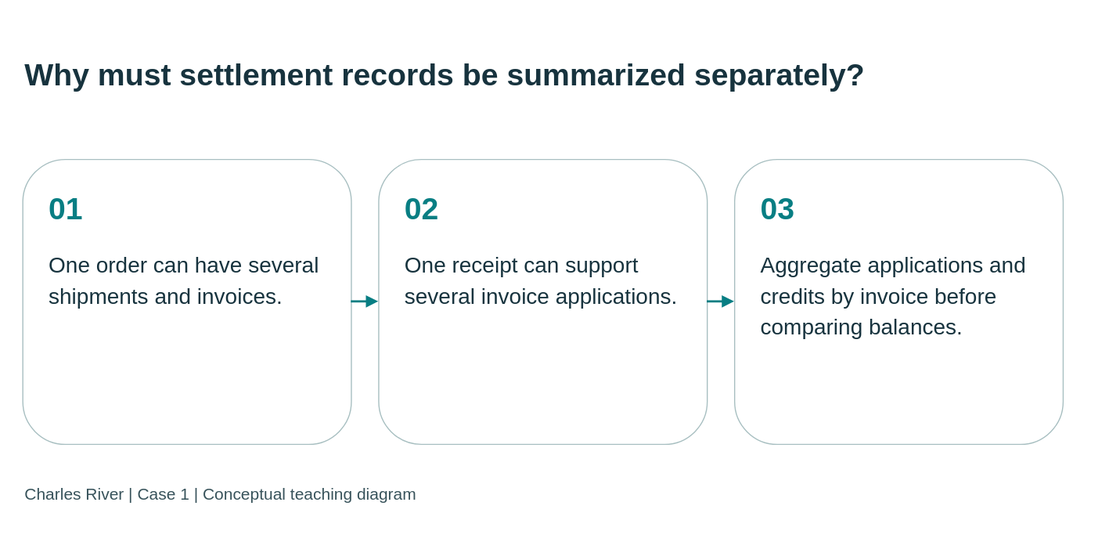
Before: static/diagrams/cases/case01-relationships.svg, a diagram exported from draw.io (mmcodesso/CharlesRiver_Database). Source tidied: cells renumbered, new cells last; positions are measured from the earlier drawing's top-left corner, leaving out a move shared by most shapes. The source it was exported from:
```xml
<mxGraphModel background="#f5f5ee">
  <root>
    <mxCell id="0" />
    <mxCell id="1" parent="0" />
    <mxCell id="2" value="Why must settlement records be summarized separately?" style="text;html=0;strokeColor=none;fillColor=none;align=left;verticalAlign=middle;whiteSpace=wrap;fontSize=28;fontStyle=1;fontColor=#17333e;fontFamily=Arial;" parent="1" vertex="1">
      <mxGeometry width="950" height="95" as="geometry" />
    </mxCell>
    <mxCell id="3" value="&lt;div style=&quot;font-size:28px;color:#087e83;font-weight:bold;margin-bottom:20px&quot;&gt;01&lt;/div&gt;&lt;div style=&quot;font-size:20px;line-height:1.4&quot;&gt;One order can have several shipments and invoices.&lt;/div&gt;" style="rounded=1;whiteSpace=wrap;html=1;fillColor=#ffffff;strokeColor=#a8bfc1;fontColor=#17333e;align=left;verticalAlign=top;spacing=24;fontFamily=Arial;fontSize=20;" parent="1" vertex="1">
      <mxGeometry y="125" width="300" height="260" as="geometry" />
    </mxCell>
    <mxCell id="4" value="&lt;div style=&quot;font-size:28px;color:#087e83;font-weight:bold;margin-bottom:20px&quot;&gt;02&lt;/div&gt;&lt;div style=&quot;font-size:20px;line-height:1.4&quot;&gt;One receipt can support several invoice applications.&lt;/div&gt;" style="rounded=1;whiteSpace=wrap;html=1;fillColor=#ffffff;strokeColor=#a8bfc1;fontColor=#17333e;align=left;verticalAlign=top;spacing=24;fontFamily=Arial;fontSize=20;" parent="1" vertex="1">
      <mxGeometry x="325" y="125" width="300" height="260" as="geometry" />
    </mxCell>
    <mxCell id="5" value="&lt;div style=&quot;font-size:28px;color:#087e83;font-weight:bold;margin-bottom:20px&quot;&gt;03&lt;/div&gt;&lt;div style=&quot;font-size:20px;line-height:1.4&quot;&gt;Aggregate applications and credits by invoice before comparing balances.&lt;/div&gt;" style="rounded=1;whiteSpace=wrap;html=1;fillColor=#ffffff;strokeColor=#a8bfc1;fontColor=#17333e;align=left;verticalAlign=top;spacing=24;fontFamily=Arial;fontSize=20;" parent="1" vertex="1">
      <mxGeometry x="650" y="125" width="300" height="260" as="geometry" />
    </mxCell>
    <mxCell id="6" style="edgeStyle=orthogonalEdgeStyle;rounded=0;html=1;endArrow=block;endFill=1;strokeColor=#087e83;strokeWidth=2;" parent="1" edge="1" source="3" target="4">
      <mxGeometry relative="1" as="geometry" />
    </mxCell>
    <mxCell id="7" style="edgeStyle=orthogonalEdgeStyle;rounded=0;html=1;endArrow=block;endFill=1;strokeColor=#087e83;strokeWidth=2;" parent="1" edge="1" source="4" target="5">
      <mxGeometry relative="1" as="geometry" />
    </mxCell>
    <mxCell id="8" value="Charles River | Case 1 | Conceptual teaching diagram" style="text;html=0;strokeColor=none;fillColor=none;align=left;fontSize=15;fontColor=#38535b;fontFamily=Arial;" parent="1" vertex="1">
      <mxGeometry y="415" width="950" height="35" as="geometry" />
    </mxCell>
  </root>
</mxGraphModel>
```
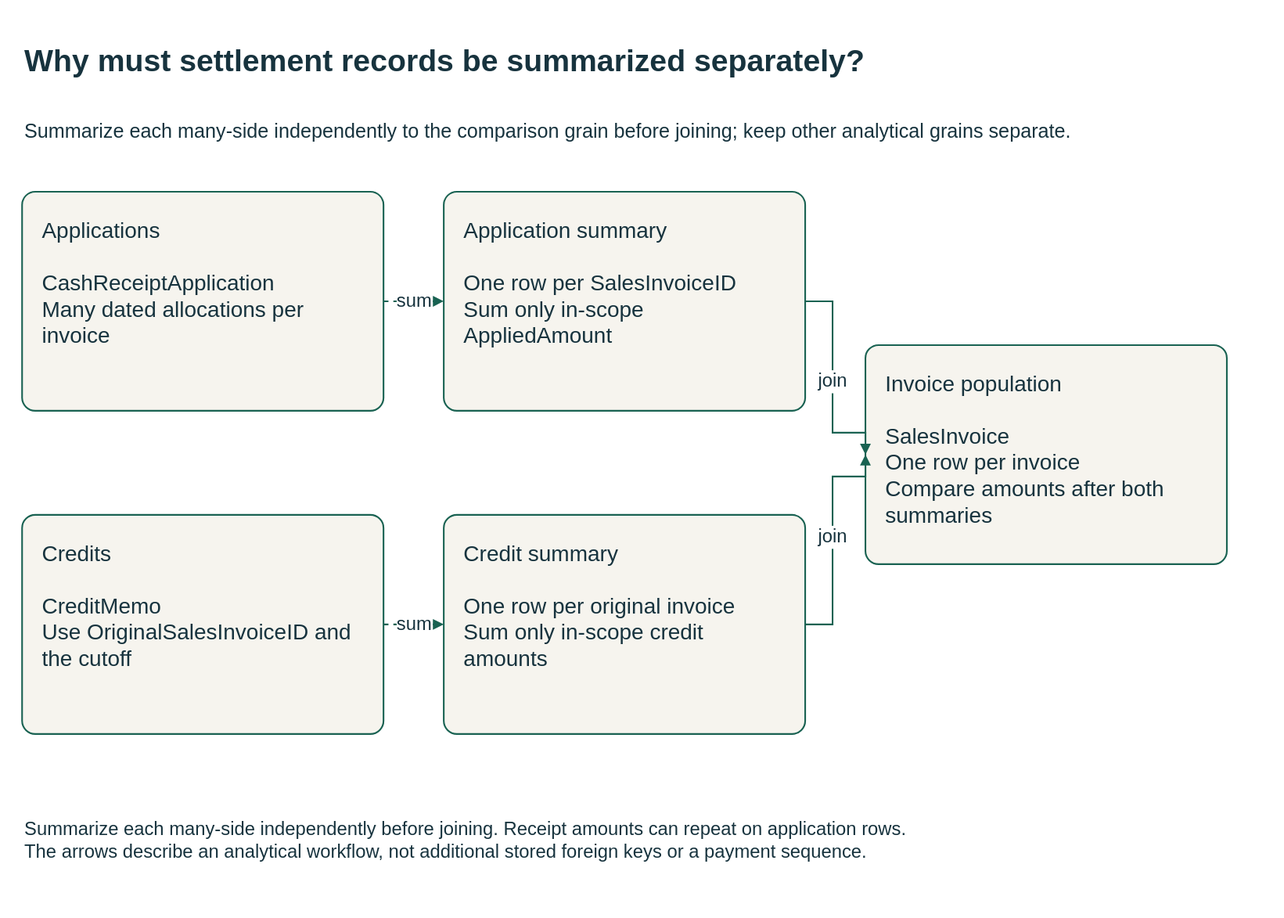
The same file after the commit.

Change to the diagram source:
```diff
@@ -1,27 +1,52 @@
-<mxGraphModel background="#f5f5ee">
+<mxGraphModel background="#FFFFFF">
   <root>
     <mxCell id="0" />
     <mxCell id="1" parent="0" />
-    <mxCell id="2" value="Why must settlement records be summarized separately?" style="text;html=0;strokeColor=none;fillColor=none;align=left;verticalAlign=middle;whiteSpace=wrap;fontSize=28;fontStyle=1;fontColor=#17333e;fontFamily=Arial;" parent="1" vertex="1">
-      <mxGeometry width="950" height="95" as="geometry" />
+    <mxCell id="2" value="Why must settlement records be summarized separately?" style="html=0;fontFamily=Arial;fontSize=20;fontColor=#17333e;strokeColor=#196252;strokeWidth=1.5;whiteSpace=wrap;text;strokeColor=none;fillColor=none;align=left;verticalAlign=middle;fontSize=28;fontStyle=1;" parent="1" vertex="1">
+      <mxGeometry y="-10" width="1110" height="70" as="geometry" />
     </mxCell>
+    <mxCell id="9" value="Summarize each many-side independently to the comparison grain before joining; keep other analytical grains separate." style="html=0;fontFamily=Arial;fontSize=20;fontColor=#17333e;strokeColor=#196252;strokeWidth=1.5;whiteSpace=wrap;text;strokeColor=none;fillColor=none;align=left;verticalAlign=middle;fontSize=18;fontStyle=0;" parent="1" vertex="1">
+      <mxGeometry y="62" width="1110" height="55" as="geometry" />
+    </mxCell>
-    <mxCell id="3" value="&lt;div style=&quot;font-size:28px;color:#087e83;font-weight:bold;margin-bottom:20px&quot;&gt;01&lt;/div&gt;&lt;div style=&quot;font-size:20px;line-height:1.4&quot;&gt;One order can have several shipments and invoices.&lt;/div&gt;" style="rounded=1;whiteSpace=wrap;html=1;fillColor=#ffffff;strokeColor=#a8bfc1;fontColor=#17333e;align=left;verticalAlign=top;spacing=24;fontFamily=Arial;fontSize=20;" parent="1" vertex="1">
-      <mxGeometry y="125" width="300" height="260" as="geometry" />
+    <mxCell id="3" value="Applications&#10;&#10;CashReceiptApplication&#10;Many dated allocations per invoice" style="html=0;fontFamily=Arial;fontSize=20;fontColor=#17333e;strokeColor=#196252;strokeWidth=1.5;whiteSpace=wrap;rounded=1;arcSize=6;fillColor=#f6f4ee;align=left;verticalAlign=top;spacing=18;" parent="1" vertex="1">
+      <mxGeometry y="145" width="330" height="200" as="geometry" />
     </mxCell>
-    <mxCell id="4" value="&lt;div style=&quot;font-size:28px;color:#087e83;font-weight:bold;margin-bottom:20px&quot;&gt;02&lt;/div&gt;&lt;div style=&quot;font-size:20px;line-height:1.4&quot;&gt;One receipt can support several invoice applications.&lt;/div&gt;" style="rounded=1;whiteSpace=wrap;html=1;fillColor=#ffffff;strokeColor=#a8bfc1;fontColor=#17333e;align=left;verticalAlign=top;spacing=24;fontFamily=Arial;fontSize=20;" parent="1" vertex="1">
-      <mxGeometry x="325" y="125" width="300" height="260" as="geometry" />
+    <mxCell id="4" value="Credits&#10;&#10;CreditMemo&#10;Use OriginalSalesInvoiceID and the cutoff" style="html=0;fontFamily=Arial;fontSize=20;fontColor=#17333e;strokeColor=#196252;strokeWidth=1.5;whiteSpace=wrap;rounded=1;arcSize=6;fillColor=#f6f4ee;align=left;verticalAlign=top;spacing=18;" parent="1" vertex="1">
+      <mxGeometry y="440" width="330" height="200" as="geometry" />
     </mxCell>
+    <mxCell id="10" value="Application summary&#10;&#10;One row per SalesInvoiceID&#10;Sum only in-scope AppliedAmount" style="html=0;fontFamily=Arial;fontSize=20;fontColor=#17333e;strokeColor=#196252;strokeWidth=1.5;whiteSpace=wrap;rounded=1;arcSize=6;fillColor=#f6f4ee;align=left;verticalAlign=top;spacing=18;" parent="1" vertex="1">
+      <mxGeometry x="385" y="145" width="330" height="200" as="geometry" />
+    </mxCell>
+    <mxCell id="11" value="Credit summary&#10;&#10;One row per original invoice&#10;Sum only in-scope credit amounts" style="html=0;fontFamily=Arial;fontSize=20;fontColor=#17333e;strokeColor=#196252;strokeWidth=1.5;whiteSpace=wrap;rounded=1;arcSize=6;fillColor=#f6f4ee;align=left;verticalAlign=top;spacing=18;" parent="1" vertex="1">
+      <mxGeometry x="385" y="440" width="330" height="200" as="geometry" />
+    </mxCell>
-    <mxCell id="5" value="&lt;div style=&quot;font-size:28px;color:#087e83;font-weight:bold;margin-bottom:20px&quot;&gt;03&lt;/div&gt;&lt;div style=&quot;font-size:20px;line-height:1.4&quot;&gt;Aggregate applications and credits by invoice before comparing balances.&lt;/div&gt;" style="rounded=1;whiteSpace=wrap;html=1;fillColor=#ffffff;strokeColor=#a8bfc1;fontColor=#17333e;align=left;verticalAlign=top;spacing=24;fontFamily=Arial;fontSize=20;" parent="1" vertex="1">
-      <mxGeometry x="650" y="125" width="300" height="260" as="geometry" />
+    <mxCell id="5" value="Invoice population&#10;&#10;SalesInvoice&#10;One row per invoice&#10;Compare amounts after both summaries" style="html=0;fontFamily=Arial;fontSize=20;fontColor=#17333e;strokeColor=#196252;strokeWidth=1.5;whiteSpace=wrap;rounded=1;arcSize=6;fillColor=#f6f4ee;align=left;verticalAlign=top;spacing=18;" parent="1" vertex="1">
+      <mxGeometry x="770" y="285" width="330" height="200" as="geometry" />
     </mxCell>
-    <mxCell id="6" style="edgeStyle=orthogonalEdgeStyle;rounded=0;html=1;endArrow=block;endFill=1;strokeColor=#087e83;strokeWidth=2;" parent="1" edge="1" source="3" target="4">
+    <mxCell id="6" value="sum" style="html=0;fontFamily=Arial;fontSize=20;fontColor=#17333e;strokeColor=#196252;strokeWidth=1.5;whiteSpace=wrap;edgeStyle=orthogonalEdgeStyle;rounded=0;fillColor=none;fontSize=17;labelBackgroundColor=#FFFFFF;startArrow=none;endArrow=block;endFill=1;dashed=1;exitX=1;exitY=0.5;entryX=0;entryY=0.5;" parent="1" edge="1" source="3" target="10">
       <mxGeometry relative="1" as="geometry" />
     </mxCell>
-    <mxCell id="7" style="edgeStyle=orthogonalEdgeStyle;rounded=0;html=1;endArrow=block;endFill=1;strokeColor=#087e83;strokeWidth=2;" parent="1" edge="1" source="4" target="5">
+    <mxCell id="7" value="sum" style="html=0;fontFamily=Arial;fontSize=20;fontColor=#17333e;strokeColor=#196252;strokeWidth=1.5;whiteSpace=wrap;edgeStyle=orthogonalEdgeStyle;rounded=0;fillColor=none;fontSize=17;labelBackgroundColor=#FFFFFF;startArrow=none;endArrow=block;endFill=1;dashed=1;exitX=1;exitY=0.5;entryX=0;entryY=0.5;" parent="1" edge="1" source="4" target="11">
       <mxGeometry relative="1" as="geometry" />
     </mxCell>
+    <mxCell id="12" value="join" style="html=0;fontFamily=Arial;fontSize=20;fontColor=#17333e;strokeColor=#196252;strokeWidth=1.5;whiteSpace=wrap;edgeStyle=orthogonalEdgeStyle;rounded=0;fillColor=none;fontSize=17;labelBackgroundColor=#FFFFFF;startArrow=none;endArrow=block;endFill=1;dashed=0;exitX=1;exitY=0.5;entryX=0;entryY=0.5;" parent="1" edge="1" source="10" target="5">
+      <mxGeometry relative="1" as="geometry">
+        <Array as="points">
+          <mxPoint x="740" y="245" />
+          <mxPoint x="740" y="365" />
+        </Array>
+      </mxGeometry>
+    </mxCell>
+    <mxCell id="13" value="join" style="html=0;fontFamily=Arial;fontSize=20;fontColor=#17333e;strokeColor=#196252;strokeWidth=1.5;whiteSpace=wrap;edgeStyle=orthogonalEdgeStyle;rounded=0;fillColor=none;fontSize=17;labelBackgroundColor=#FFFFFF;startArrow=none;endArrow=block;endFill=1;dashed=0;exitX=1;exitY=0.5;entryX=0;entryY=0.5;" parent="1" edge="1" source="11" target="5">
+      <mxGeometry relative="1" as="geometry">
+        <Array as="points">
+          <mxPoint x="740" y="540" />
+          <mxPoint x="740" y="405" />
+        </Array>
+      </mxGeometry>
+    </mxCell>
-    <mxCell id="8" value="Charles River | Case 1 | Conceptual teaching diagram" style="text;html=0;strokeColor=none;fillColor=none;align=left;fontSize=15;fontColor=#38535b;fontFamily=Arial;" parent="1" vertex="1">
-      <mxGeometry y="415" width="950" height="35" as="geometry" />
+    <mxCell id="8" value="Summarize each many-side independently before joining. Receipt amounts can repeat on application rows.&#10;The arrows describe an analytical workflow, not additional stored foreign keys or a payment sequence." style="html=0;fontFamily=Arial;fontSize=20;fontColor=#17333e;strokeColor=#196252;strokeWidth=1.5;whiteSpace=wrap;text;strokeColor=none;fillColor=none;align=left;verticalAlign=middle;fontSize=17;fontStyle=0;" parent="1" vertex="1">
+      <mxGeometry y="707" width="1110" height="60" as="geometry" />
     </mxCell>
   </root>
 </mxGraphModel>
```
